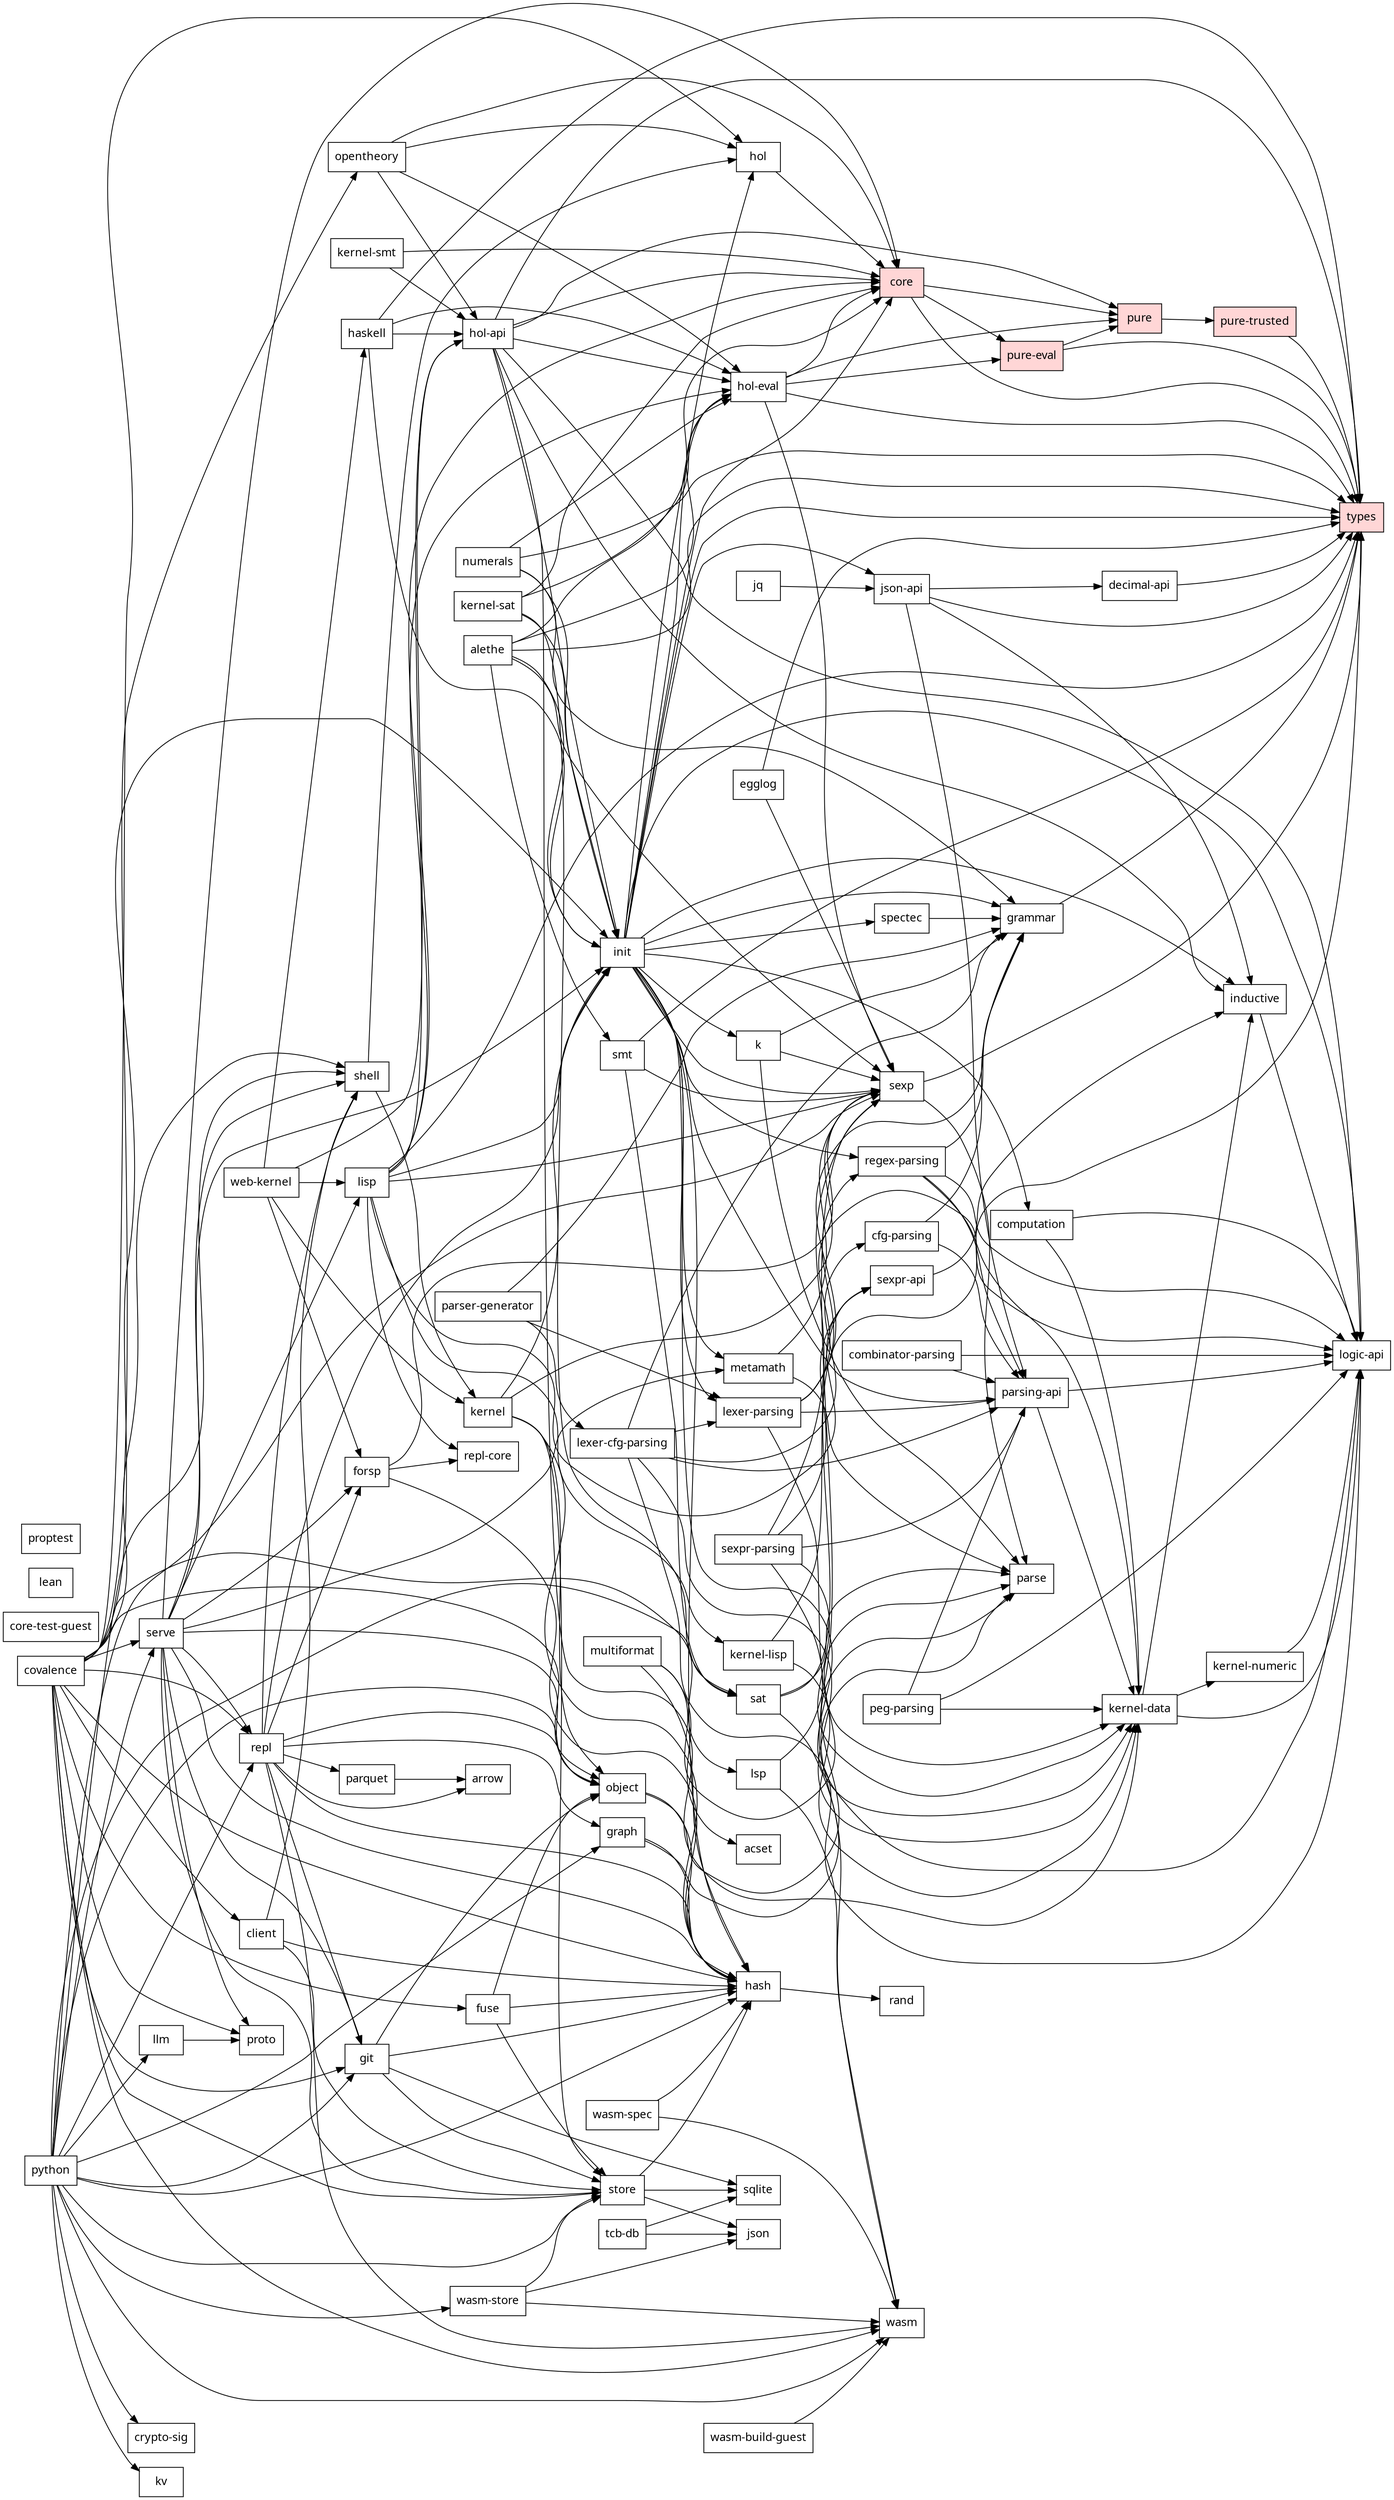
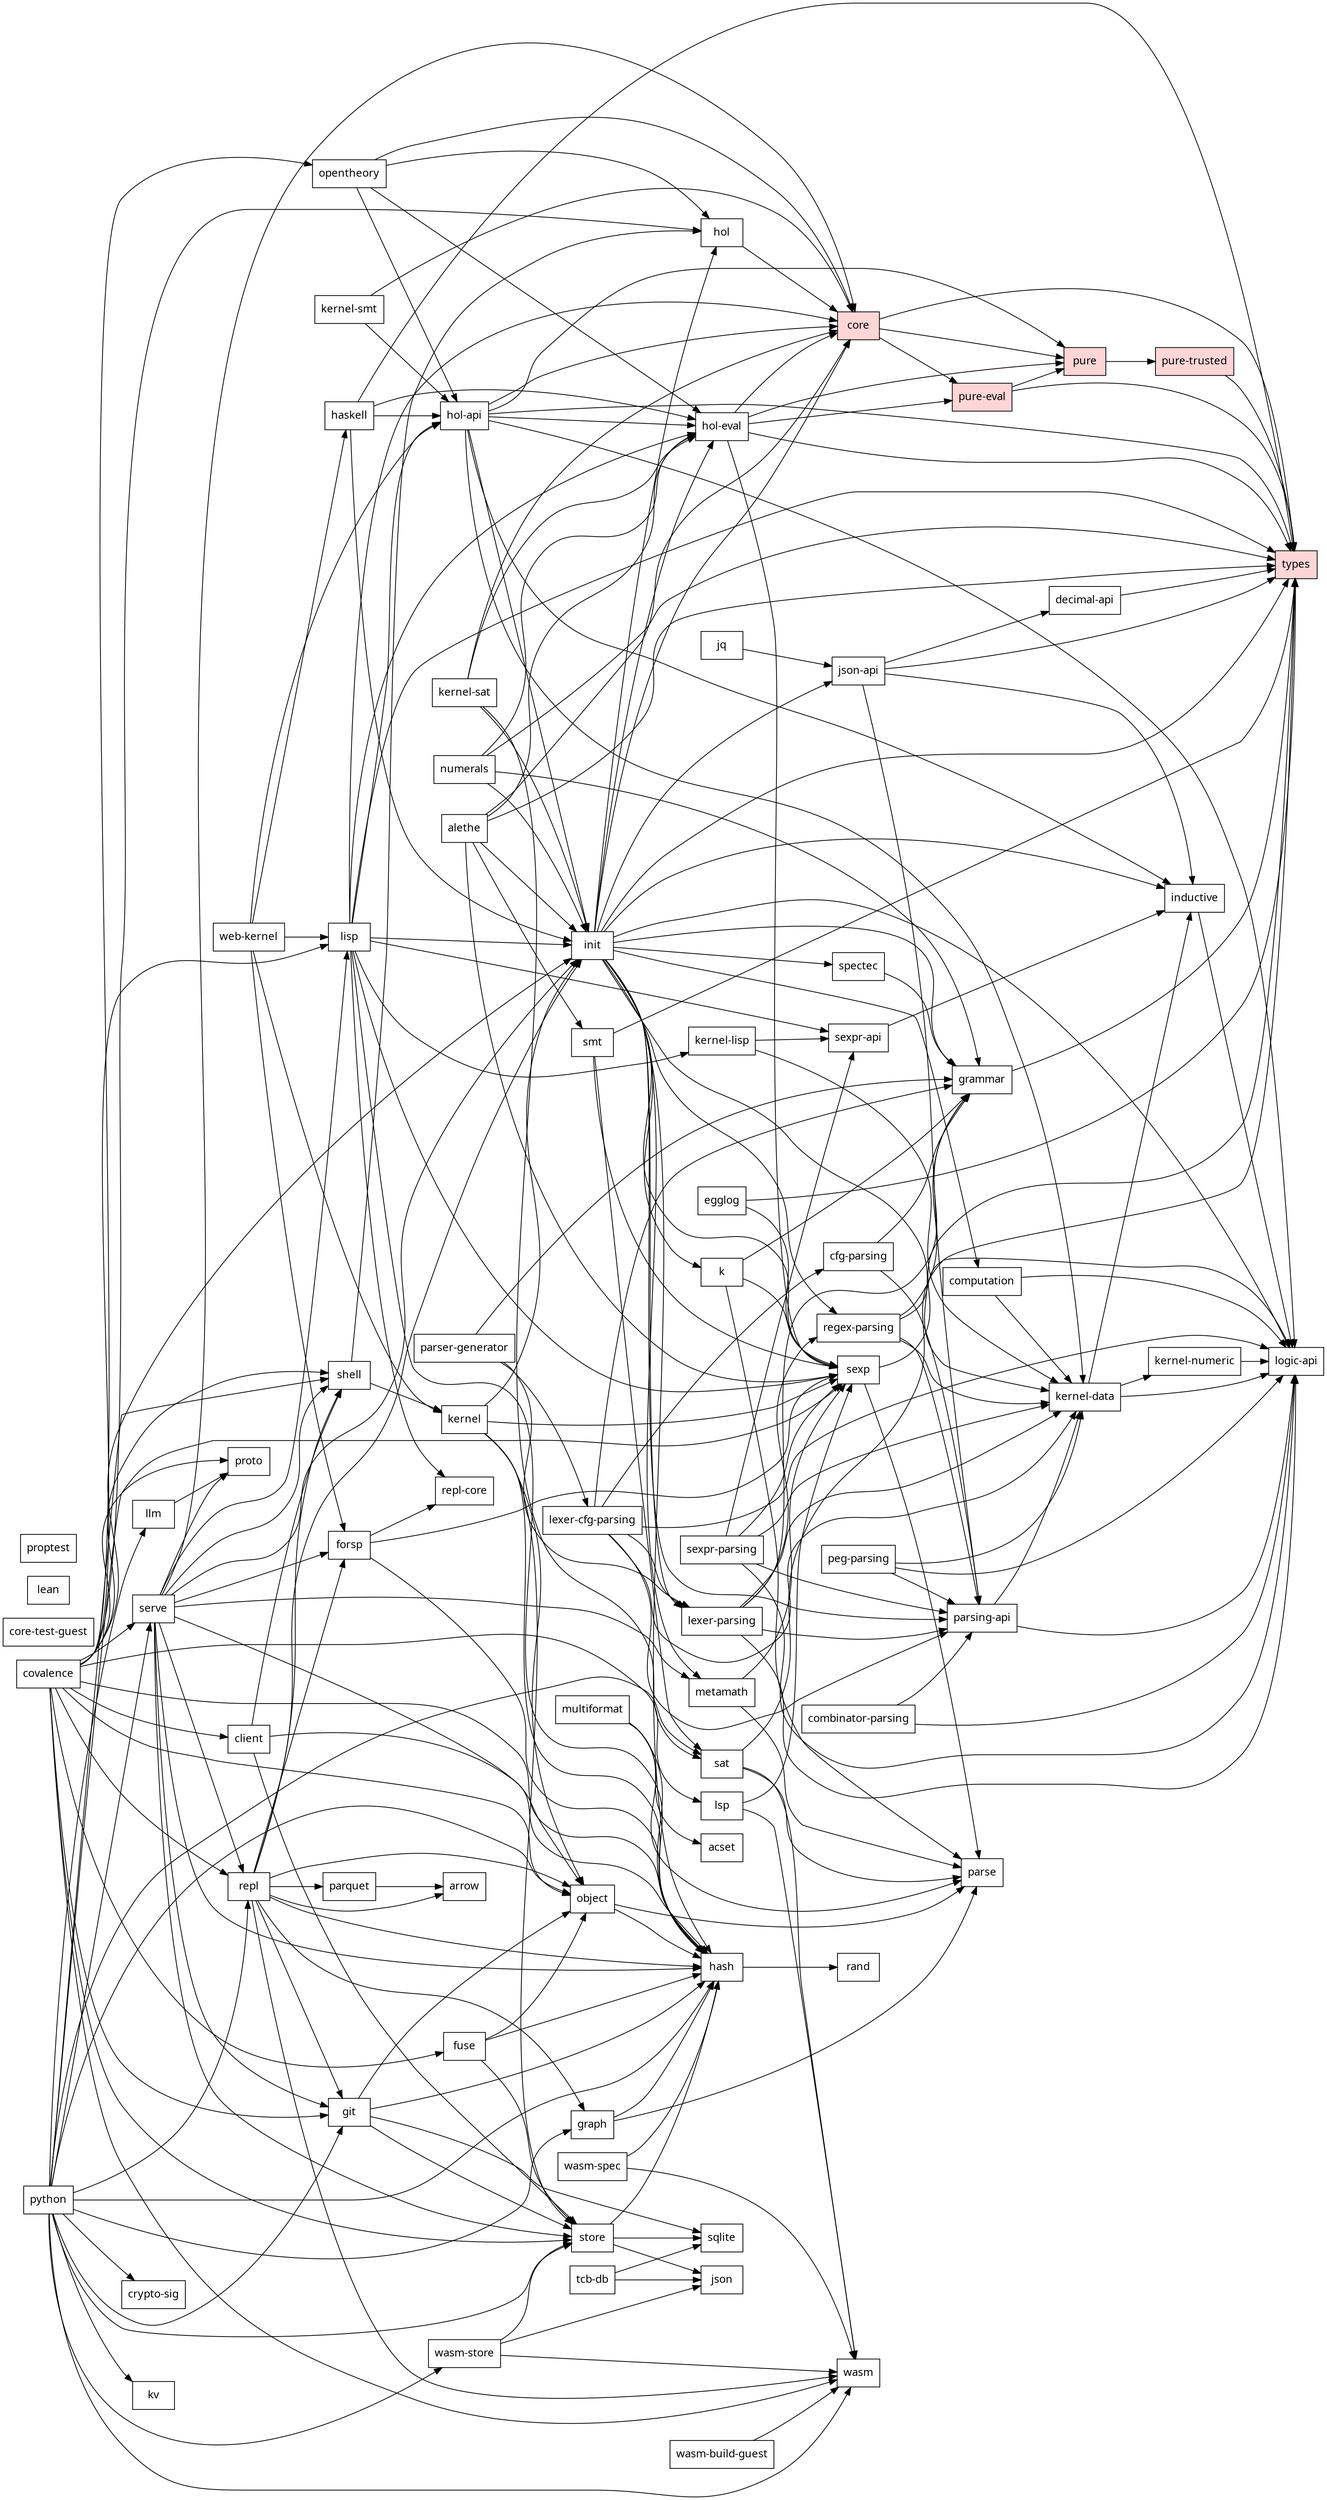
// Generated by scripts/dep-graph.mjs — do not edit (run `bun run deps`).
digraph deps {
  rankdir=LR;
  node [shape=box, fontname="sans-serif"];
  "covalence";
  "acset";
  "alethe";
  "arrow";
  "cfg-parsing";
  "client";
  "combinator-parsing";
  "computation";
  "core" [style=filled, fillcolor="#ffd6d6"];
  "core-test-guest";
  "crypto-sig";
  "decimal-api";
  "egglog";
  "forsp";
  "fuse";
  "git";
  "grammar";
  "graph";
  "hash";
  "haskell";
  "hol";
  "hol-api";
  "hol-eval";
  "inductive";
  "init";
  "jq";
  "json";
  "json-api";
  "k";
  "kernel";
  "kernel-data";
  "kernel-lisp";
  "kernel-numeric";
  "kernel-sat";
  "kernel-smt";
  "kv";
  "lean";
  "lexer-cfg-parsing";
  "lexer-parsing";
  "lisp";
  "llm";
  "logic-api";
  "lsp";
  "metamath";
  "multiformat";
  "numerals";
  "object";
  "opentheory";
  "parquet";
  "parse";
  "parser-generator";
  "parsing-api";
  "peg-parsing";
  "proptest";
  "proto";
  "pure" [style=filled, fillcolor="#ffd6d6"];
  "pure-eval" [style=filled, fillcolor="#ffd6d6"];
  "pure-trusted" [style=filled, fillcolor="#ffd6d6"];
  "python";
  "rand";
  "regex-parsing";
  "repl";
  "repl-core";
  "sat";
  "serve";
  "sexp";
  "sexpr-api";
  "sexpr-parsing";
  "shell";
  "smt";
  "spectec";
  "sqlite";
  "store";
  "tcb-db";
  "types" [style=filled, fillcolor="#ffd6d6"];
  "wasm";
  "wasm-build-guest";
  "wasm-spec";
  "wasm-store";
  "web-kernel";
  "covalence" -> "client";
  "covalence" -> "fuse";
  "covalence" -> "git";
  "covalence" -> "hash";
  "covalence" -> "hol";
  "covalence" -> "init";
+   "covalence" -> "lisp";
  "covalence" -> "lsp";
  "covalence" -> "object";
  "covalence" -> "opentheory";
  "covalence" -> "proto";
  "covalence" -> "repl";
  "covalence" -> "serve";
  "covalence" -> "shell";
  "covalence" -> "store";
  "covalence" -> "wasm";
  "alethe" -> "core";
  "alethe" -> "hol-eval";
  "alethe" -> "init";
  "alethe" -> "sexp";
  "alethe" -> "smt";
  "alethe" -> "types";
  "cfg-parsing" -> "grammar";
  "cfg-parsing" -> "parsing-api";
  "client" -> "hash";
  "client" -> "shell";
  "client" -> "store";
  "combinator-parsing" -> "logic-api";
  "combinator-parsing" -> "parsing-api";
  "computation" -> "kernel-data";
  "computation" -> "logic-api";
  "core" -> "pure";
  "core" -> "pure-eval";
  "core" -> "types";
  "decimal-api" -> "types";
  "egglog" -> "sexp";
  "egglog" -> "types";
  "forsp" -> "hash";
  "forsp" -> "repl-core";
  "forsp" -> "sexp";
  "fuse" -> "hash";
  "fuse" -> "object";
  "fuse" -> "store";
  "git" -> "hash";
  "git" -> "object";
  "git" -> "sqlite";
  "git" -> "store";
  "grammar" -> "types";
  "graph" -> "hash";
  "graph" -> "parse";
  "hash" -> "rand";
  "haskell" -> "hol-api";
  "haskell" -> "hol-eval";
  "haskell" -> "init";
  "haskell" -> "types";
  "hol" -> "core";
  "hol-api" -> "core";
  "hol-api" -> "hol-eval";
  "hol-api" -> "inductive";
  "hol-api" -> "init";
  "hol-api" -> "kernel-data";
  "hol-api" -> "logic-api";
  "hol-api" -> "pure";
  "hol-api" -> "types";
  "hol-eval" -> "core";
  "hol-eval" -> "pure";
  "hol-eval" -> "pure-eval";
  "hol-eval" -> "sexp";
  "hol-eval" -> "types";
  "inductive" -> "logic-api";
  "init" -> "computation";
  "init" -> "core";
  "init" -> "grammar";
  "init" -> "hash";
  "init" -> "hol";
  "init" -> "hol-eval";
  "init" -> "inductive";
  "init" -> "json-api";
  "init" -> "k";
  "init" -> "kernel-data";
  "init" -> "lexer-parsing";
  "init" -> "logic-api";
  "init" -> "metamath";
  "init" -> "parsing-api";
  "init" -> "regex-parsing";
  "init" -> "sexp";
  "init" -> "spectec";
  "init" -> "types";
  "jq" -> "json-api";
  "json-api" -> "decimal-api";
  "json-api" -> "inductive";
  "json-api" -> "parsing-api";
  "json-api" -> "types";
  "k" -> "grammar";
  "k" -> "parse";
  "k" -> "sexp";
  "kernel" -> "hash";
  "kernel" -> "init";
  "kernel" -> "object";
  "kernel" -> "sexp";
  "kernel" -> "store";
  "kernel-data" -> "inductive";
  "kernel-data" -> "kernel-numeric";
  "kernel-data" -> "logic-api";
  "kernel-lisp" -> "kernel-data";
  "kernel-lisp" -> "sexpr-api";
  "kernel-numeric" -> "logic-api";
  "kernel-sat" -> "core";
  "kernel-sat" -> "hol-eval";
  "kernel-sat" -> "init";
  "kernel-sat" -> "sat";
  "kernel-smt" -> "core";
  "kernel-smt" -> "hol-api";
  "lexer-cfg-parsing" -> "cfg-parsing";
  "lexer-cfg-parsing" -> "grammar";
  "lexer-cfg-parsing" -> "kernel-data";
  "lexer-cfg-parsing" -> "lexer-parsing";
  "lexer-cfg-parsing" -> "logic-api";
  "lexer-cfg-parsing" -> "parsing-api";
  "lexer-parsing" -> "grammar";
  "lexer-parsing" -> "kernel-data";
  "lexer-parsing" -> "logic-api";
  "lexer-parsing" -> "parsing-api";
  "lexer-parsing" -> "regex-parsing";
  "lisp" -> "core";
+   "lisp" -> "hash";
  "lisp" -> "hol-api";
  "lisp" -> "hol-eval";
  "lisp" -> "init";
  "lisp" -> "kernel-lisp";
  "lisp" -> "repl-core";
  "lisp" -> "sexp";
  "lisp" -> "sexpr-api";
  "lisp" -> "types";
  "llm" -> "proto";
  "lsp" -> "sexp";
  "lsp" -> "wasm";
  "metamath" -> "parse";
  "metamath" -> "sexp";
  "multiformat" -> "acset";
  "multiformat" -> "hash";
  "multiformat" -> "parse";
  "numerals" -> "grammar";
  "numerals" -> "hol-eval";
  "numerals" -> "init";
  "numerals" -> "types";
  "object" -> "hash";
  "object" -> "parse";
  "opentheory" -> "core";
  "opentheory" -> "hol";
  "opentheory" -> "hol-api";
  "opentheory" -> "hol-eval";
  "parquet" -> "arrow";
  "parser-generator" -> "grammar";
  "parser-generator" -> "lexer-cfg-parsing";
  "parser-generator" -> "lexer-parsing";
  "parsing-api" -> "kernel-data";
  "parsing-api" -> "logic-api";
  "peg-parsing" -> "kernel-data";
  "peg-parsing" -> "logic-api";
  "peg-parsing" -> "parsing-api";
  "pure" -> "pure-trusted";
  "pure-eval" -> "pure";
  "pure-eval" -> "types";
  "pure-trusted" -> "types";
  "python" -> "crypto-sig";
  "python" -> "git";
  "python" -> "graph";
  "python" -> "hash";
  "python" -> "kv";
  "python" -> "llm";
  "python" -> "object";
  "python" -> "repl";
  "python" -> "sat";
  "python" -> "serve";
  "python" -> "sexp";
  "python" -> "shell";
  "python" -> "store";
  "python" -> "wasm";
  "python" -> "wasm-store";
  "regex-parsing" -> "grammar";
  "regex-parsing" -> "kernel-data";
  "regex-parsing" -> "logic-api";
  "regex-parsing" -> "parsing-api";
  "repl" -> "arrow";
  "repl" -> "forsp";
  "repl" -> "git";
  "repl" -> "graph";
  "repl" -> "hash";
  "repl" -> "init";
  "repl" -> "object";
  "repl" -> "parquet";
  "repl" -> "shell";
  "repl" -> "wasm";
  "sat" -> "parse";
  "sat" -> "types";
  "sat" -> "wasm";
  "serve" -> "core";
  "serve" -> "forsp";
  "serve" -> "git";
  "serve" -> "hash";
  "serve" -> "init";
  "serve" -> "lisp";
  "serve" -> "metamath";
  "serve" -> "object";
  "serve" -> "proto";
  "serve" -> "repl";
  "serve" -> "shell";
  "serve" -> "store";
  "sexp" -> "parse";
  "sexp" -> "types";
  "sexpr-api" -> "inductive";
  "sexpr-parsing" -> "kernel-data";
  "sexpr-parsing" -> "logic-api";
  "sexpr-parsing" -> "parsing-api";
  "sexpr-parsing" -> "sexp";
  "sexpr-parsing" -> "sexpr-api";
  "shell" -> "hol";
  "shell" -> "kernel";
  "smt" -> "sat";
  "smt" -> "sexp";
  "smt" -> "types";
  "spectec" -> "grammar";
  "store" -> "hash";
  "store" -> "json";
  "store" -> "sqlite";
  "tcb-db" -> "json";
  "tcb-db" -> "sqlite";
  "wasm-build-guest" -> "wasm";
  "wasm-spec" -> "hash";
  "wasm-spec" -> "wasm";
  "wasm-store" -> "json";
  "wasm-store" -> "store";
  "wasm-store" -> "wasm";
  "web-kernel" -> "forsp";
  "web-kernel" -> "haskell";
  "web-kernel" -> "hol-api";
  "web-kernel" -> "kernel";
  "web-kernel" -> "lisp";
}
